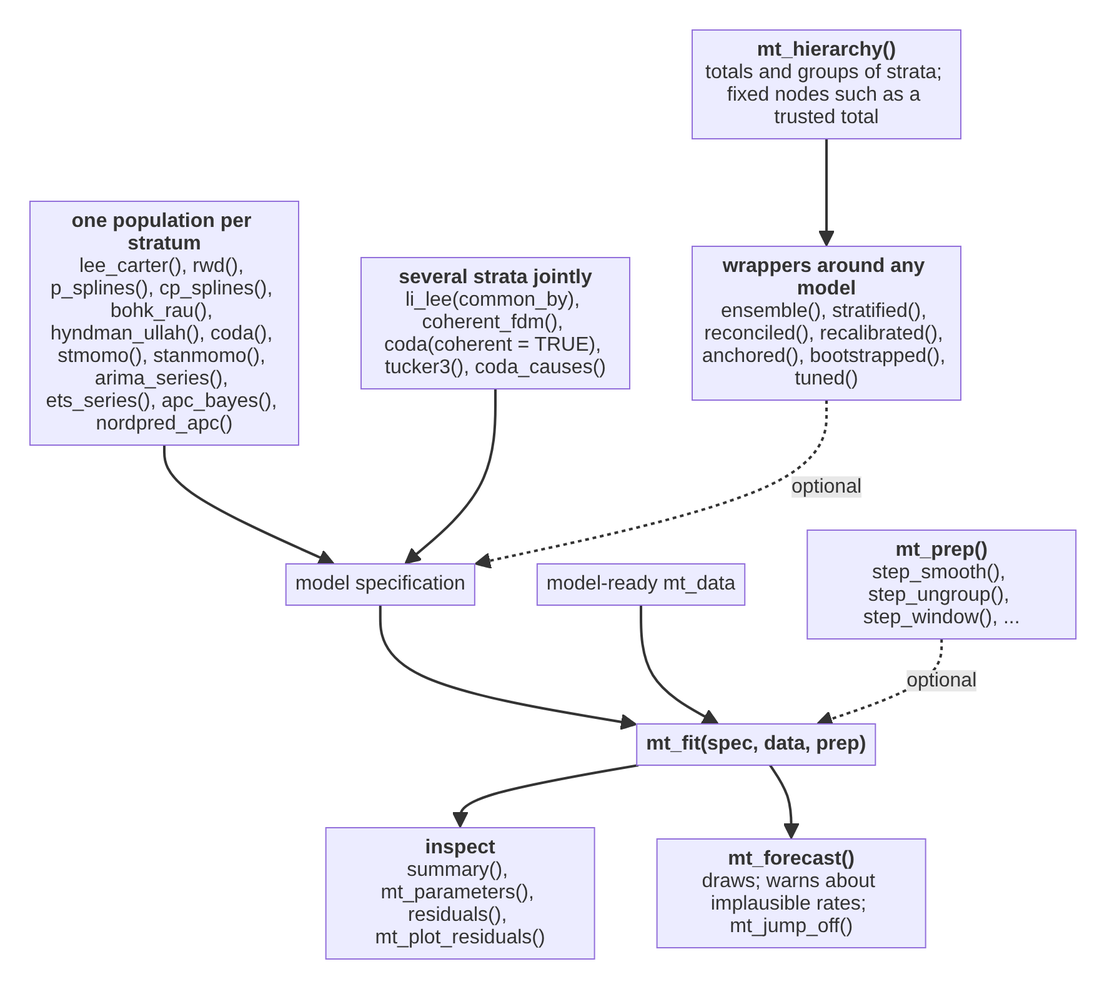
The Mermaid diagram vignettes/articles/function-map-models.png in kalleEF/mortensor, before a commit. Its source is kept beside it as dev/diagrams/function-map-models.mmd.
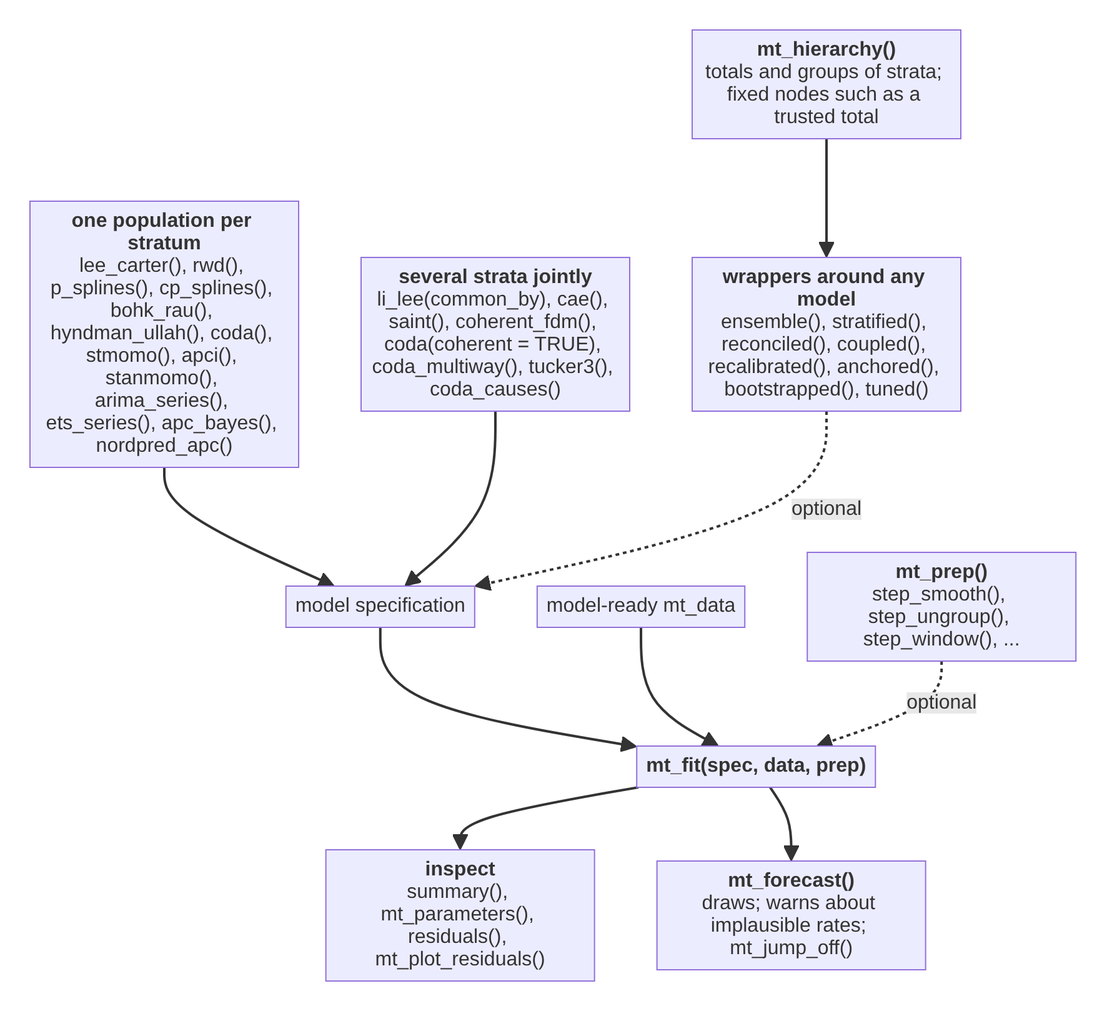
After the commit.

Commit message:
SAINT in the docs; NEWS and progress log for E5

Change to the diagram source:
```diff
@@ -1,12 +1,12 @@
 flowchart TD
   ONE["`**one population per stratum**
-  lee_carter(), rwd(), p_splines(), cp_splines(), bohk_rau(), hyndman_ullah(), coda(), stmomo(), stanmomo(), arima_series(), ets_series(), apc_bayes(), nordpred_apc()`"]
+  lee_carter(), rwd(), p_splines(), cp_splines(), bohk_rau(), hyndman_ullah(), coda(), stmomo(), apci(), stanmomo(), arima_series(), ets_series(), apc_bayes(), nordpred_apc()`"]
   MANY["`**several strata jointly**
-  li_lee(common_by), coherent_fdm(), coda(coherent = TRUE), tucker3(), coda_causes()`"]
+  li_lee(common_by), cae(), saint(), coherent_fdm(), coda(coherent = TRUE), coda_multiway(), tucker3(), coda_causes()`"]
   H["`**mt_hierarchy()**
   totals and groups of strata; fixed nodes such as a trusted total`"]
   WRAP["`**wrappers around any model**
-  ensemble(), stratified(), reconciled(), recalibrated(), anchored(), bootstrapped(), tuned()`"]
+  ensemble(), stratified(), reconciled(), coupled(), recalibrated(), anchored(), bootstrapped(), tuned()`"]
   SPEC["model specification"]
   M["model-ready mt_data"]
   PREP["`**mt_prep()**
```
